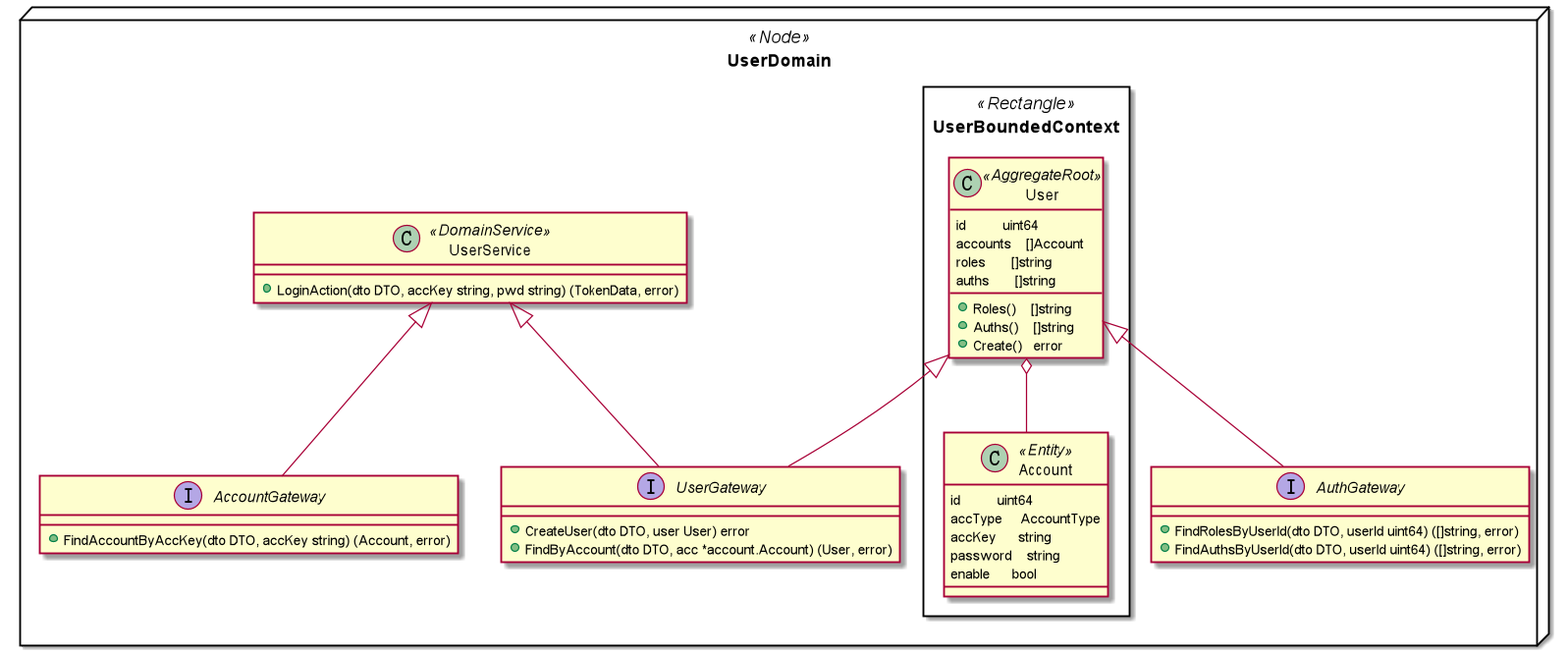
Before: doc/user-domain.png, a diagram exported from PlantUML (zhanjunjie2019/colago). Source of this version:
```plantuml
@startuml
namespace UserDomain<<Node>>{
    namespace UserBoundedContext<<Rectangle>>{
        class User<<AggregateRoot>>{
            id          uint64
            accounts    []Account
            roles       []string
            auths       []string
            +Roles()    []string
            +Auths()    []string
            +Create()   error
        }
        class Account<<Entity>>{
            id          uint64
            accType     AccountType
            accKey      string
            password    string
            enable      bool
        }
        User o-- Account
        User <|-- UserDomain.UserGateway
        User <|-- UserDomain.AuthGateway
    }
    class UserService<<DomainService>>{
        +LoginAction(dto DTO, accKey string, pwd string) (TokenData, error)
    }
    interface UserGateway{
        +CreateUser(dto DTO, user User) error
        +FindByAccount(dto DTO, acc *account.Account) (User, error)
    }
    interface AccountGateway{
        +FindAccountByAccKey(dto DTO, accKey string) (Account, error)
    }
    interface AuthGateway{
        +FindRolesByUserId(dto DTO, userId uint64) ([]string, error)
	    +FindAuthsByUserId(dto DTO, userId uint64) ([]string, error)
    }
    UserService <|-- AccountGateway
    UserService <|-- UserGateway
}
@enduml
```
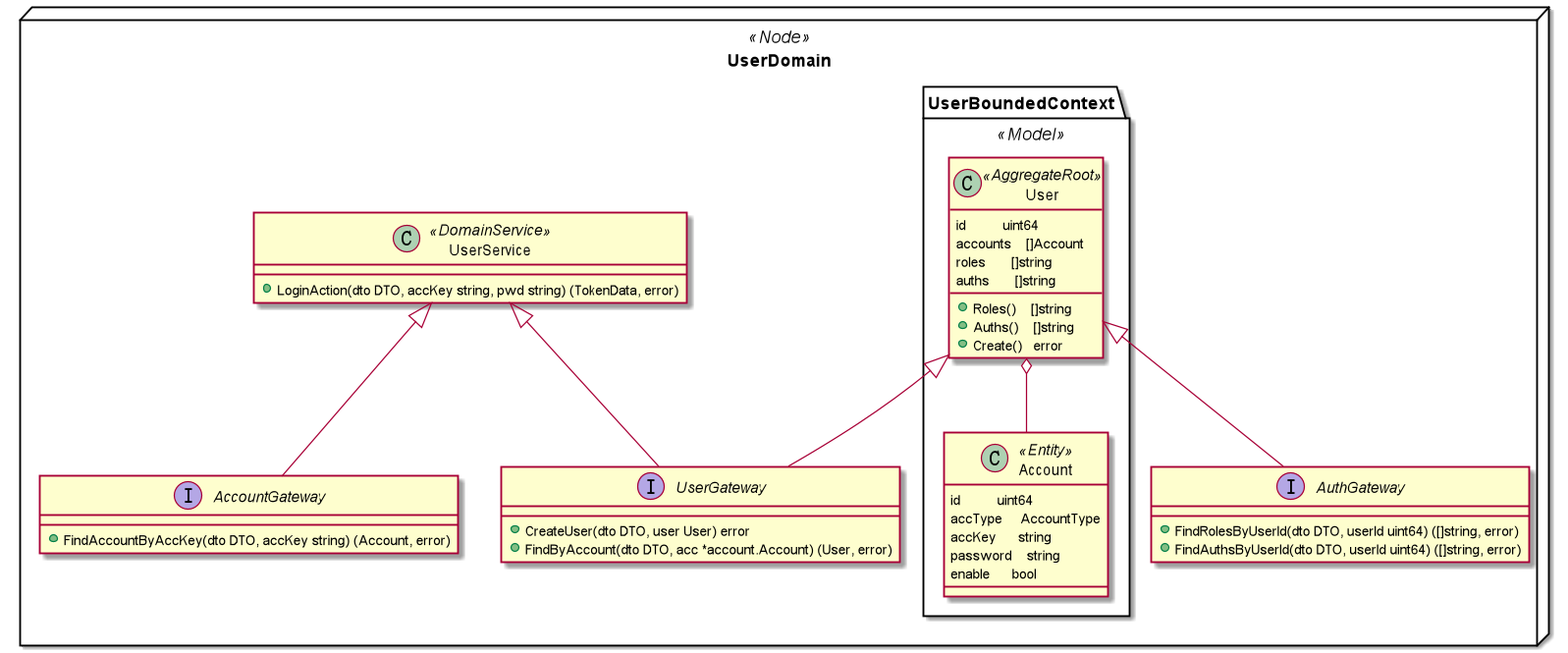
The same file after the commit.

Commit message:
完善数据库模型设计

The edit, as a diff of the source:
```diff
@@ -1,6 +1,6 @@
 @startuml
 namespace UserDomain<<Node>>{
-    namespace UserBoundedContext<<Rectangle>>{
+    namespace UserBoundedContext<<Model>>{
         class User<<AggregateRoot>>{
             id          uint64
             accounts    []Account
```
